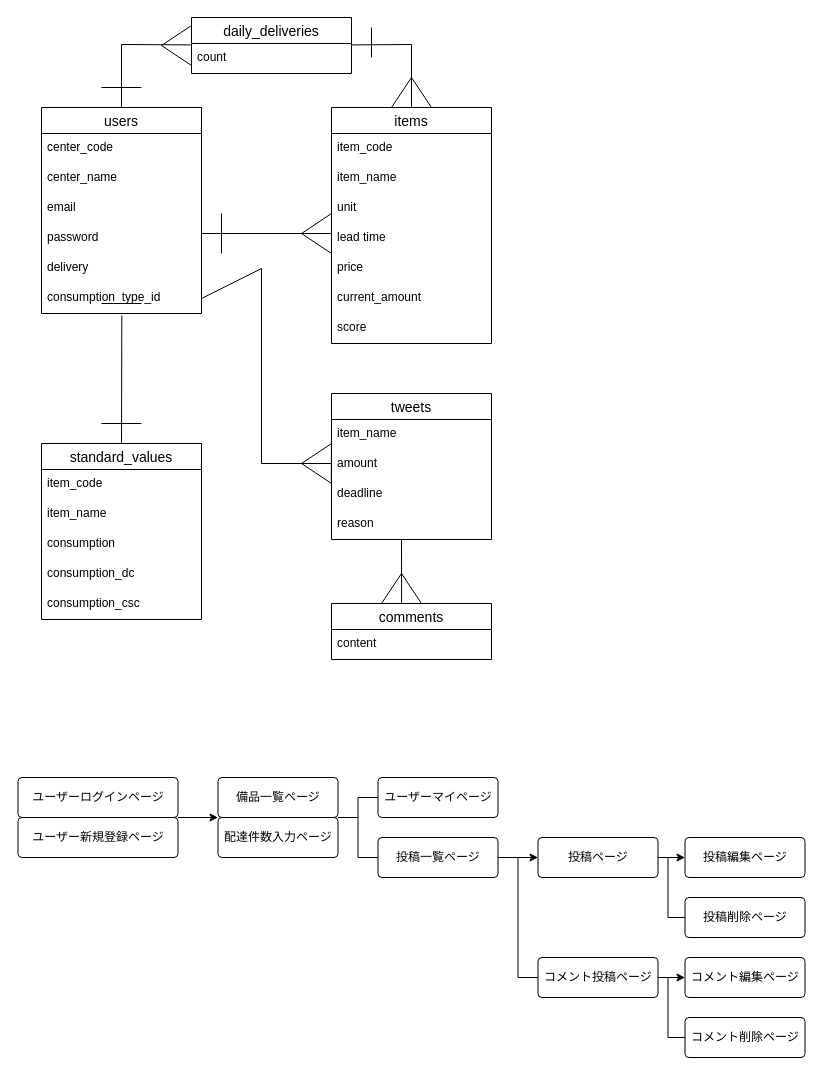
Before: ems.dio in takafumiTech/ems, a draw.io diagram. Source tidied: cells renumbered, new cells numbered last; positions are measured from the earlier drawing's top-left corner, leaving out a move shared by most shapes. Both pictures are drawn from the tidied source at 100%, with x=0, y=0 at pixel (17, 17).
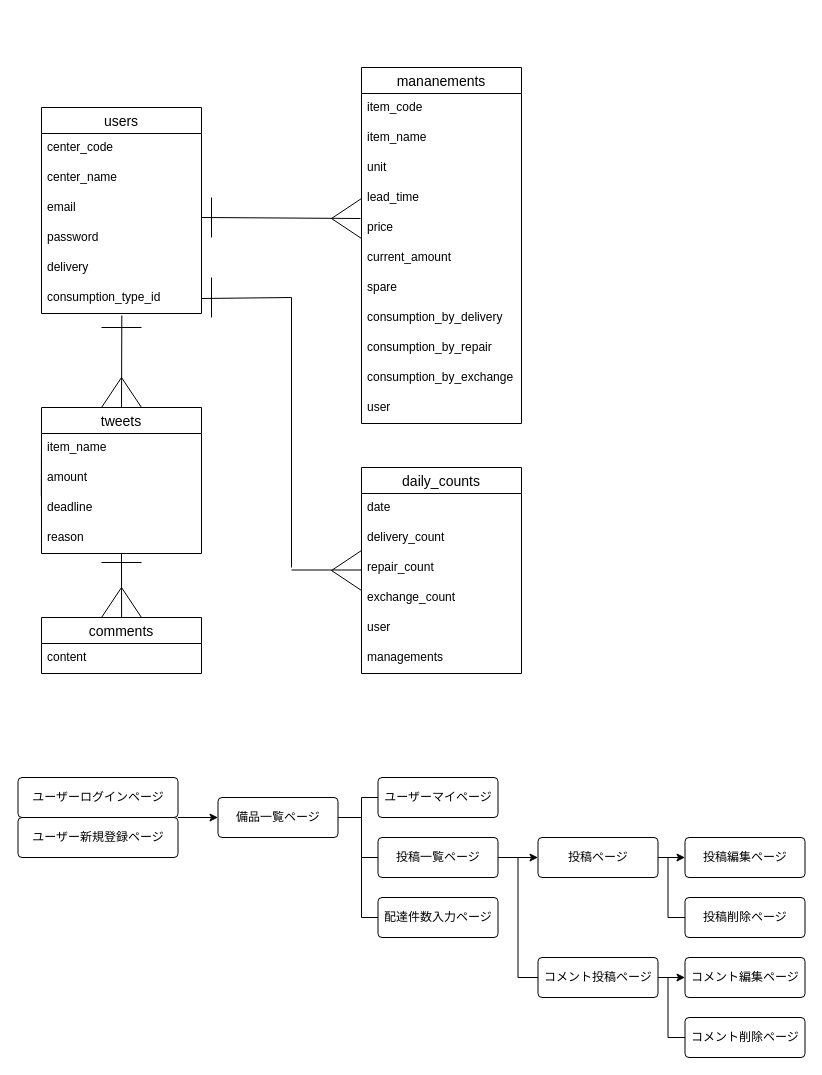
The same diagram, later.

The change refers to these unchanged cells:
```xml
<mxCell id="14" value="price" style="text;strokeColor=none;fillColor=none;spacingLeft=4;spacingRight=4;overflow=hidden;points=[[0,0.5],[1,0.5]];portConstraint=eastwest;fontSize=12;" parent="8" vertex="1">
  <mxGeometry y="146" width="160" height="30" as="geometry" />
</mxCell>
<mxCell id="17" value="users" style="swimlane;fontStyle=0;horizontal=1;startSize=26;align=center;fontSize=14;" parent="1" vertex="1">
  <mxGeometry x="24" y="90" width="160" height="206" as="geometry" />
</mxCell>
<mxCell id="23" value="consumption_type_id" style="text;strokeColor=none;fillColor=none;spacingLeft=4;spacingRight=4;overflow=hidden;points=[[0,0.5],[1,0.5]];portConstraint=eastwest;fontSize=12;" parent="17" vertex="1">
  <mxGeometry y="176" width="160" height="30" as="geometry" />
</mxCell>
<mxCell id="27" value="deadline" style="text;strokeColor=none;fillColor=none;spacingLeft=4;spacingRight=4;overflow=hidden;points=[[0,0.5],[1,0.5]];portConstraint=eastwest;fontSize=12;" parent="24" vertex="1">
  <mxGeometry y="86" width="160" height="30" as="geometry" />
</mxCell>
<mxCell id="55" value="ユーザー新規登録ページ" style="rounded=1;arcSize=10;whiteSpace=wrap;html=1;align=center;" parent="1" vertex="1">
  <mxGeometry x="0.5" y="800" width="160" height="40" as="geometry" />
</mxCell>
<mxCell id="56" value="ユーザーマイページ" style="rounded=1;arcSize=10;whiteSpace=wrap;html=1;align=center;" parent="1" vertex="1">
  <mxGeometry x="360.5" y="760" width="120" height="40" as="geometry" />
</mxCell>
<mxCell id="59" value="投稿一覧ページ" style="rounded=1;arcSize=10;whiteSpace=wrap;html=1;align=center;" parent="1" vertex="1">
  <mxGeometry x="360.5" y="820" width="120" height="40" as="geometry" />
</mxCell>
```

The edit, as a diff of the source:
```diff
@@
-    <mxCell id="2" value="standard_values" style="swimlane;fontStyle=0;horizontal=1;startSize=26;align=center;fontSize=14;" parent="1" vertex="1">
-      <mxGeometry x="24" y="426" width="160" height="176" as="geometry" />
-    </mxCell>
-    <mxCell id="3" value="item_code" style="text;strokeColor=none;fillColor=none;spacingLeft=4;spacingRight=4;overflow=hidden;fontSize=12;" parent="2" vertex="1">
-      <mxGeometry y="26" width="160" height="30" as="geometry" />
-    </mxCell>
-    <mxCell id="4" value="item_name" style="text;strokeColor=none;fillColor=none;spacingLeft=4;spacingRight=4;overflow=hidden;fontSize=12;" parent="2" vertex="1">
-      <mxGeometry y="56" width="160" height="30" as="geometry" />
-    </mxCell>
-    <mxCell id="5" value="consumption" style="text;strokeColor=none;fillColor=none;spacingLeft=4;spacingRight=4;overflow=hidden;fontSize=12;" parent="2" vertex="1">
-      <mxGeometry y="86" width="160" height="30" as="geometry" />
-    </mxCell>
-    <mxCell id="6" value="consumption_dc" style="text;strokeColor=none;fillColor=none;spacingLeft=4;spacingRight=4;overflow=hidden;fontSize=12;" parent="2" vertex="1">
-      <mxGeometry y="116" width="160" height="30" as="geometry" />
-    </mxCell>
-    <mxCell id="7" value="consumption_csc" style="text;strokeColor=none;fillColor=none;spacingLeft=4;spacingRight=4;overflow=hidden;fontSize=12;" parent="2" vertex="1">
-      <mxGeometry y="146" width="160" height="30" as="geometry" />
-    </mxCell>
-    <mxCell id="8" value="items" style="swimlane;fontStyle=0;horizontal=1;startSize=26;align=center;fontSize=14;" parent="1" vertex="1">
-      <mxGeometry x="314" y="90" width="160" height="236" as="geometry" />
+    <mxCell id="8" value="mananements" style="swimlane;fontStyle=0;horizontal=1;startSize=26;align=center;fontSize=14;" parent="1" vertex="1">
+      <mxGeometry x="344" y="50" width="160" height="356" as="geometry" />
     </mxCell>
@@
-    <mxCell id="12" style="endArrow=none;html=1;rounded=0;" parent="8" edge="1">
-      <mxGeometry relative="1" as="geometry">
-        <mxPoint x="-110" y="106" as="sourcePoint" />
-        <mxPoint x="-110" y="146" as="targetPoint" />
-      </mxGeometry>
-    </mxCell>
-    <mxCell id="13" value="lead time" style="text;strokeColor=none;fillColor=none;spacingLeft=4;spacingRight=4;overflow=hidden;fontSize=12;" parent="8" vertex="1">
+    <mxCell id="13" value="lead_time" style="text;strokeColor=none;fillColor=none;spacingLeft=4;spacingRight=4;overflow=hidden;fontSize=12;" parent="8" vertex="1">
       <mxGeometry y="116" width="160" height="30" as="geometry" />
     </mxCell>
@@
-    <mxCell id="16" value="score" style="text;strokeColor=none;fillColor=none;spacingLeft=4;spacingRight=4;overflow=hidden;fontSize=12;" parent="8" vertex="1">
+    <mxCell id="16" value="spare" style="text;strokeColor=none;fillColor=none;spacingLeft=4;spacingRight=4;overflow=hidden;fontSize=12;" parent="8" vertex="1">
       <mxGeometry y="206" width="160" height="30" as="geometry" />
     </mxCell>
+    <mxCell id="73" value="consumption_by_delivery" style="text;strokeColor=none;fillColor=none;spacingLeft=4;spacingRight=4;overflow=hidden;fontSize=12;" parent="8" vertex="1">
+      <mxGeometry y="236" width="160" height="30" as="geometry" />
+    </mxCell>
+    <mxCell id="74" value="consumption_by_repair" style="text;strokeColor=none;fillColor=none;spacingLeft=4;spacingRight=4;overflow=hidden;fontSize=12;" parent="8" vertex="1">
+      <mxGeometry y="266" width="160" height="30" as="geometry" />
+    </mxCell>
+    <mxCell id="75" value="consumption_by_exchange" style="text;strokeColor=none;fillColor=none;spacingLeft=4;spacingRight=4;overflow=hidden;fontSize=12;" parent="8" vertex="1">
+      <mxGeometry y="296" width="160" height="30" as="geometry" />
+    </mxCell>
+    <mxCell id="76" value="user" style="text;strokeColor=none;fillColor=none;spacingLeft=4;spacingRight=4;overflow=hidden;fontSize=12;" parent="8" vertex="1">
+      <mxGeometry y="326" width="160" height="30" as="geometry" />
+    </mxCell>
@@
     <mxCell id="24" value="tweets" style="swimlane;fontStyle=0;horizontal=1;startSize=26;align=center;fontSize=14;" parent="1" vertex="1">
-      <mxGeometry x="314" y="376" width="160" height="146" as="geometry" />
+      <mxGeometry x="24" y="390" width="160" height="146" as="geometry" />
     </mxCell>
@@
     <mxCell id="29" value="comments" style="swimlane;fontStyle=0;horizontal=1;startSize=26;align=center;fontSize=14;" parent="1" vertex="1">
-      <mxGeometry x="314" y="586" width="160" height="56" as="geometry" />
+      <mxGeometry x="24" y="600" width="160" height="56" as="geometry" />
     </mxCell>
@@
-    <mxCell id="31" style="endArrow=none;html=1;rounded=0;" parent="1" edge="1">
-      <mxGeometry relative="1" as="geometry">
-        <mxPoint x="84" y="406" as="sourcePoint" />
-        <mxPoint x="124" y="406" as="targetPoint" />
-      </mxGeometry>
-    </mxCell>
-    <mxCell id="32" style="endArrow=none;html=1;rounded=0;" parent="1" edge="1">
+    <mxCell id="32" style="endArrow=none;html=1;rounded=0;entryX=-0.006;entryY=0.167;entryDx=0;entryDy=0;entryPerimeter=0;" parent="1" edge="1" target="14">
       <mxGeometry relative="1" as="geometry">
-        <mxPoint x="184" y="216" as="sourcePoint" />
-        <mxPoint x="314" y="216" as="targetPoint" />
+        <mxPoint x="184" y="200" as="sourcePoint" />
       </mxGeometry>
     </mxCell>
     <mxCell id="33" style="endArrow=none;html=1;rounded=0;" parent="1" edge="1">
       <mxGeometry relative="1" as="geometry">
-        <mxPoint x="284" y="216" as="sourcePoint" />
-        <mxPoint x="314" y="236" as="targetPoint" />
+        <mxPoint x="314" y="201" as="sourcePoint" />
+        <mxPoint x="344" y="221" as="targetPoint" />
       </mxGeometry>
     </mxCell>
     <mxCell id="34" style="endArrow=none;html=1;rounded=0;" parent="1" edge="1">
       <mxGeometry relative="1" as="geometry">
-        <mxPoint x="314" y="196" as="sourcePoint" />
-        <mxPoint x="284" y="216" as="targetPoint" />
+        <mxPoint x="344" y="181" as="sourcePoint" />
+        <mxPoint x="314" y="201" as="targetPoint" />
       </mxGeometry>
     </mxCell>
-    <mxCell id="35" style="endArrow=none;html=1;rounded=0;entryX=0.5;entryY=0;entryDx=0;entryDy=0;exitX=0.502;exitY=1.067;exitDx=0;exitDy=0;exitPerimeter=0;" parent="1" edge="1" source="23" target="2">
+    <mxCell id="35" style="endArrow=none;html=1;rounded=0;entryX=0.5;entryY=0;entryDx=0;entryDy=0;exitX=0.502;exitY=1.067;exitDx=0;exitDy=0;exitPerimeter=0;" parent="1" edge="1" source="23" target="24">
       <mxGeometry relative="1" as="geometry" />
     </mxCell>
-    <mxCell id="36" style="endArrow=none;html=1;rounded=0;" parent="1" edge="1">
-      <mxGeometry relative="1" as="geometry">
-        <mxPoint x="84" y="286" as="sourcePoint" />
-        <mxPoint x="124" y="286" as="targetPoint" />
-      </mxGeometry>
-    </mxCell>
     <mxCell id="37" style="endArrow=none;html=1;rounded=0;exitX=1;exitY=0.5;exitDx=0;exitDy=0;" parent="1" edge="1" source="23">
       <mxGeometry relative="1" as="geometry">
-        <mxPoint x="244" y="446" as="targetPoint" />
+        <mxPoint x="274" y="550" as="targetPoint" />
         <Array as="points">
-          <mxPoint x="244" y="251" />
+          <mxPoint x="274" y="280" />
         </Array>
       </mxGeometry>
     </mxCell>
     <mxCell id="38" style="endArrow=none;html=1;rounded=0;entryX=-0.001;entryY=0.095;entryDx=0;entryDy=0;entryPerimeter=0;" parent="1" edge="1" target="27">
       <mxGeometry relative="1" as="geometry">
-        <mxPoint x="314" y="406" as="sourcePoint" />
+        <mxPoint x="24" y="420" as="sourcePoint" />
       </mxGeometry>
     </mxCell>
     <mxCell id="39" style="endArrow=none;html=1;rounded=0;" parent="1" edge="1">
       <mxGeometry relative="1" as="geometry">
-        <mxPoint x="244" y="446" as="sourcePoint" />
-        <mxPoint x="314" y="446" as="targetPoint" />
+        <mxPoint x="274" y="552.5" as="sourcePoint" />
+        <mxPoint x="344" y="552.5" as="targetPoint" />
       </mxGeometry>
     </mxCell>
-    <mxCell id="40" style="endArrow=none;html=1;rounded=0;" parent="1" edge="1">
-      <mxGeometry relative="1" as="geometry">
-        <mxPoint x="284" y="446" as="sourcePoint" />
-        <mxPoint x="314" y="466" as="targetPoint" />
-      </mxGeometry>
-    </mxCell>
-    <mxCell id="41" style="endArrow=none;html=1;rounded=0;" parent="1" edge="1">
-      <mxGeometry relative="1" as="geometry">
-        <mxPoint x="314" y="426" as="sourcePoint" />
-        <mxPoint x="284" y="446" as="targetPoint" />
-      </mxGeometry>
-    </mxCell>
-    <mxCell id="42" style="endArrow=none;html=1;rounded=0;exitX=0.438;exitY=0;exitDx=0;exitDy=0;exitPerimeter=0;" parent="1" edge="1" source="29">
+    <mxCell id="42" style="endArrow=none;html=1;rounded=0;exitX=0.438;exitY=0;exitDx=0;exitDy=0;exitPerimeter=0;" parent="1" edge="1">
       <mxGeometry relative="1" as="geometry">
-        <mxPoint x="384" y="522" as="targetPoint" />
+        <mxPoint x="104.1" y="600" as="sourcePoint" />
+        <mxPoint x="104" y="536" as="targetPoint" />
       </mxGeometry>
     </mxCell>
     <mxCell id="43" style="endArrow=none;html=1;rounded=0;" parent="1" edge="1">
       <mxGeometry relative="1" as="geometry">
-        <mxPoint x="364" y="586" as="sourcePoint" />
-        <mxPoint x="404" y="586" as="targetPoint" />
+        <mxPoint x="84" y="600" as="sourcePoint" />
+        <mxPoint x="124" y="600" as="targetPoint" />
         <Array as="points">
-          <mxPoint x="384" y="556" />
+          <mxPoint x="104" y="570" />
         </Array>
       </mxGeometry>
     </mxCell>
-    <mxCell id="44" value="daily_deliveries" style="swimlane;fontStyle=0;horizontal=1;startSize=26;align=center;fontSize=14;" parent="1" vertex="1">
-      <mxGeometry x="174" width="160" height="56" as="geometry" />
+    <mxCell id="44" value="daily_counts" style="swimlane;fontStyle=0;horizontal=1;startSize=26;align=center;fontSize=14;" parent="1" vertex="1">
+      <mxGeometry x="344" y="450" width="160" height="206" as="geometry" />
     </mxCell>
-    <mxCell id="45" value="count" style="text;strokeColor=none;fillColor=none;spacingLeft=4;spacingRight=4;overflow=hidden;fontSize=12;" parent="44" vertex="1">
+    <mxCell id="45" value="date" style="text;strokeColor=none;fillColor=none;spacingLeft=4;spacingRight=4;overflow=hidden;fontSize=12;" parent="44" vertex="1">
       <mxGeometry y="26" width="160" height="30" as="geometry" />
     </mxCell>
-    <mxCell id="46" style="endArrow=none;html=1;rounded=0;entryX=0.5;entryY=0;entryDx=0;entryDy=0;" parent="1" edge="1" target="8">
-      <mxGeometry relative="1" as="geometry">
-        <mxPoint x="334" y="27.4" as="sourcePoint" />
-        <Array as="points">
-          <mxPoint x="394" y="27" />
-        </Array>
-      </mxGeometry>
-    </mxCell>
-    <mxCell id="47" style="endArrow=none;html=1;rounded=0;exitX=0.5;exitY=0;exitDx=0;exitDy=0;" parent="1" edge="1" source="17">
-      <mxGeometry relative="1" as="geometry">
-        <mxPoint x="174" y="27.4" as="targetPoint" />
-        <Array as="points">
-          <mxPoint x="104" y="27" />
-        </Array>
-      </mxGeometry>
-    </mxCell>
-    <mxCell id="48" style="endArrow=none;html=1;rounded=0;" parent="1" edge="1">
-      <mxGeometry relative="1" as="geometry">
-        <mxPoint x="374" y="90" as="sourcePoint" />
-        <mxPoint x="414" y="90" as="targetPoint" />
-        <Array as="points">
-          <mxPoint x="394" y="60" />
-        </Array>
-      </mxGeometry>
-    </mxCell>
+    <mxCell id="77" value="delivery_count" style="text;strokeColor=none;fillColor=none;spacingLeft=4;spacingRight=4;overflow=hidden;fontSize=12;" parent="44" vertex="1">
+      <mxGeometry y="56" width="160" height="30" as="geometry" />
+    </mxCell>
+    <mxCell id="78" value="repair_count" style="text;strokeColor=none;fillColor=none;spacingLeft=4;spacingRight=4;overflow=hidden;fontSize=12;" parent="44" vertex="1">
+      <mxGeometry y="86" width="160" height="30" as="geometry" />
+    </mxCell>
+    <mxCell id="79" value="exchange_count" style="text;strokeColor=none;fillColor=none;spacingLeft=4;spacingRight=4;overflow=hidden;fontSize=12;" parent="44" vertex="1">
+      <mxGeometry y="116" width="160" height="30" as="geometry" />
+    </mxCell>
+    <mxCell id="80" value="user" style="text;strokeColor=none;fillColor=none;spacingLeft=4;spacingRight=4;overflow=hidden;fontSize=12;" parent="44" vertex="1">
+      <mxGeometry y="146" width="160" height="30" as="geometry" />
+    </mxCell>
+    <mxCell id="81" value="managements" style="text;strokeColor=none;fillColor=none;spacingLeft=4;spacingRight=4;overflow=hidden;fontSize=12;" parent="44" vertex="1">
+      <mxGeometry y="176" width="160" height="30" as="geometry" />
+    </mxCell>
     <mxCell id="49" style="endArrow=none;html=1;rounded=0;" parent="1" edge="1">
       <mxGeometry relative="1" as="geometry">
-        <mxPoint x="84" y="70" as="sourcePoint" />
-        <mxPoint x="124" y="70" as="targetPoint" />
+        <mxPoint x="84" y="310" as="sourcePoint" />
+        <mxPoint x="124" y="310" as="targetPoint" />
       </mxGeometry>
     </mxCell>
-    <mxCell id="50" style="endArrow=none;html=1;rounded=0;" parent="1" edge="1">
-      <mxGeometry relative="1" as="geometry">
-        <mxPoint x="174" y="48" as="sourcePoint" />
-        <mxPoint x="174" y="8" as="targetPoint" />
-        <Array as="points">
-          <mxPoint x="144" y="28" />
-        </Array>
-      </mxGeometry>
-    </mxCell>
-    <mxCell id="51" style="endArrow=none;html=1;rounded=0;" parent="1" edge="1">
-      <mxGeometry relative="1" as="geometry">
-        <mxPoint x="354" y="10" as="sourcePoint" />
-        <mxPoint x="354" y="40" as="targetPoint" />
-      </mxGeometry>
-    </mxCell>
     <mxCell id="52" value="備品一覧ページ" style="rounded=1;arcSize=10;whiteSpace=wrap;html=1;align=center;" parent="1" vertex="1">
-      <mxGeometry x="200.5" y="760" width="120" height="40" as="geometry" />
+      <mxGeometry x="200.5" y="780" width="120" height="40" as="geometry" />
     </mxCell>
@@
-    <mxCell id="54" style="edgeStyle=none;html=1;exitX=1;exitY=0;exitDx=0;exitDy=0;entryX=0;entryY=0;entryDx=0;entryDy=0;" parent="1" edge="1" source="55" target="57">
+    <mxCell id="54" style="edgeStyle=none;html=1;exitX=1;exitY=0;exitDx=0;exitDy=0;entryX=0;entryY=0.5;entryDx=0;entryDy=0;" parent="1" edge="1" source="55" target="52">
       <mxGeometry relative="1" as="geometry" />
     </mxCell>
@@
     <mxCell id="57" value="配達件数入力ページ" style="rounded=1;arcSize=10;whiteSpace=wrap;html=1;align=center;" parent="1" vertex="1">
-      <mxGeometry x="200.5" y="800" width="120" height="40" as="geometry" />
+      <mxGeometry x="360.5" y="880" width="120" height="40" as="geometry" />
     </mxCell>
@@
-    <mxCell id="68" style="endArrow=none;html=1;rounded=0;entryX=0;entryY=0.5;entryDx=0;entryDy=0;" parent="1" edge="1" target="59">
+    <mxCell id="68" style="endArrow=none;html=1;rounded=0;entryX=0;entryY=0.5;entryDx=0;entryDy=0;" parent="1" edge="1" target="57">
       <mxGeometry relative="1" as="geometry">
         <mxPoint x="320.5" y="800" as="sourcePoint" />
         <Array as="points">
-          <mxPoint x="340.5" y="800" />
-          <mxPoint x="340.5" y="840" />
+          <mxPoint x="344" y="800" />
+          <mxPoint x="344" y="900" />
         </Array>
       </mxGeometry>
     </mxCell>
     <mxCell id="69" style="endArrow=none;html=1;rounded=0;entryX=0;entryY=0.5;entryDx=0;entryDy=0;" parent="1" edge="1" target="56">
       <mxGeometry relative="1" as="geometry">
         <mxPoint x="320.5" y="800" as="sourcePoint" />
         <Array as="points">
-          <mxPoint x="340.5" y="800" />
-          <mxPoint x="340.5" y="780" />
+          <mxPoint x="344" y="800" />
+          <mxPoint x="344" y="780" />
         </Array>
       </mxGeometry>
     </mxCell>
@@
+    <mxCell id="12" style="endArrow=none;html=1;rounded=0;" parent="1" edge="1">
+      <mxGeometry relative="1" as="geometry">
+        <mxPoint x="194" y="180" as="sourcePoint" />
+        <mxPoint x="194" y="220" as="targetPoint" />
+      </mxGeometry>
+    </mxCell>
+    <mxCell id="82" style="endArrow=none;html=1;rounded=0;" parent="1" edge="1">
+      <mxGeometry relative="1" as="geometry">
+        <mxPoint x="194" y="260" as="sourcePoint" />
+        <mxPoint x="194" y="300" as="targetPoint" />
+      </mxGeometry>
+    </mxCell>
+    <mxCell id="83" style="endArrow=none;html=1;rounded=0;" parent="1" edge="1">
+      <mxGeometry relative="1" as="geometry">
+        <mxPoint x="84" y="545" as="sourcePoint" />
+        <mxPoint x="124" y="545" as="targetPoint" />
+      </mxGeometry>
+    </mxCell>
+    <mxCell id="84" style="endArrow=none;html=1;rounded=0;" parent="1" edge="1">
+      <mxGeometry relative="1" as="geometry">
+        <mxPoint x="84" y="390" as="sourcePoint" />
+        <mxPoint x="124" y="390" as="targetPoint" />
+        <Array as="points">
+          <mxPoint x="104" y="360" />
+        </Array>
+      </mxGeometry>
+    </mxCell>
+    <mxCell id="85" style="endArrow=none;html=1;rounded=0;" parent="1" edge="1">
+      <mxGeometry relative="1" as="geometry">
+        <mxPoint x="314" y="553" as="sourcePoint" />
+        <mxPoint x="344" y="573" as="targetPoint" />
+      </mxGeometry>
+    </mxCell>
+    <mxCell id="86" style="endArrow=none;html=1;rounded=0;" parent="1" edge="1">
+      <mxGeometry relative="1" as="geometry">
+        <mxPoint x="344" y="533" as="sourcePoint" />
+        <mxPoint x="314" y="553" as="targetPoint" />
+      </mxGeometry>
+    </mxCell>
+    <mxCell id="87" style="endArrow=none;html=1;" parent="1" edge="1">
+      <mxGeometry relative="1" as="geometry">
+        <mxPoint x="344" y="840" as="sourcePoint" />
+        <mxPoint x="360.5" y="840" as="targetPoint" />
+      </mxGeometry>
+    </mxCell>
```
